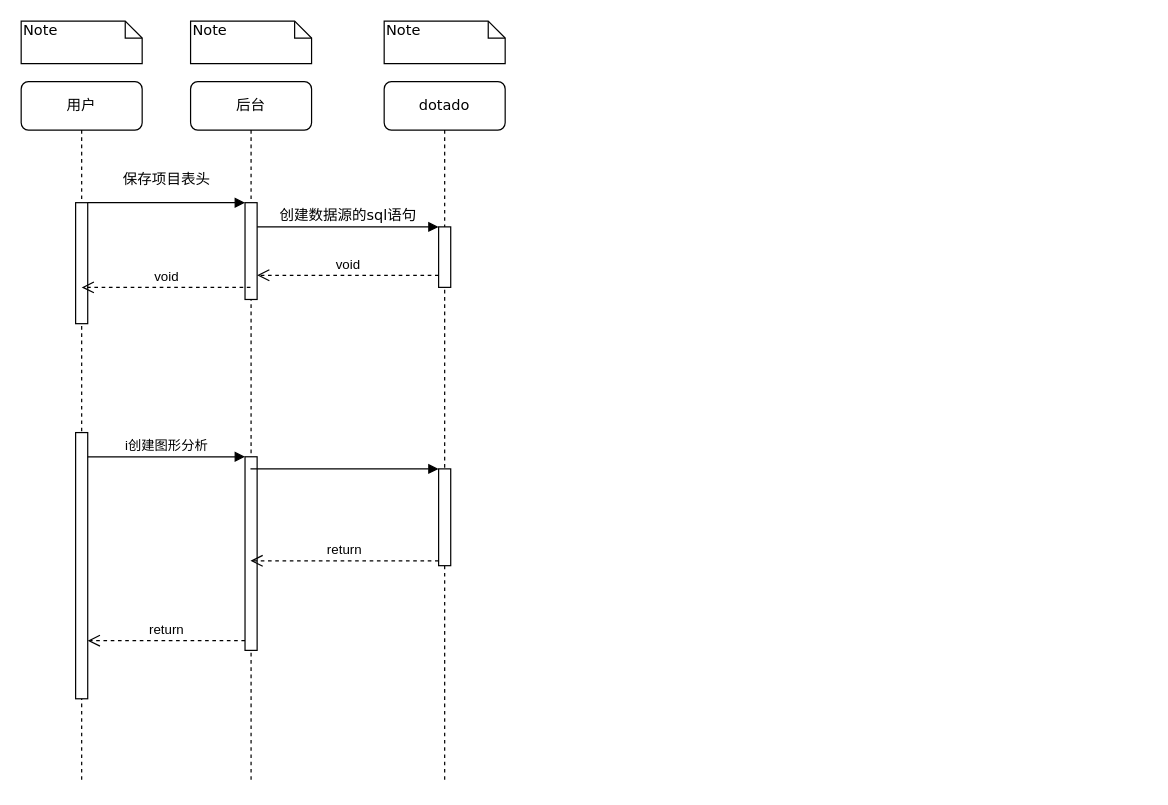
This is 监测分析流程.drawio from Leicw/draw.io_file, a draw.io file, before an edit. Source tidied: cells renumbered, new cells numbered last; positions are measured from the earlier drawing's top-left corner, leaving out a move shared by most shapes. Both pictures are drawn from the tidied source at 121%, with x=0, y=0 at pixel (21, 21).
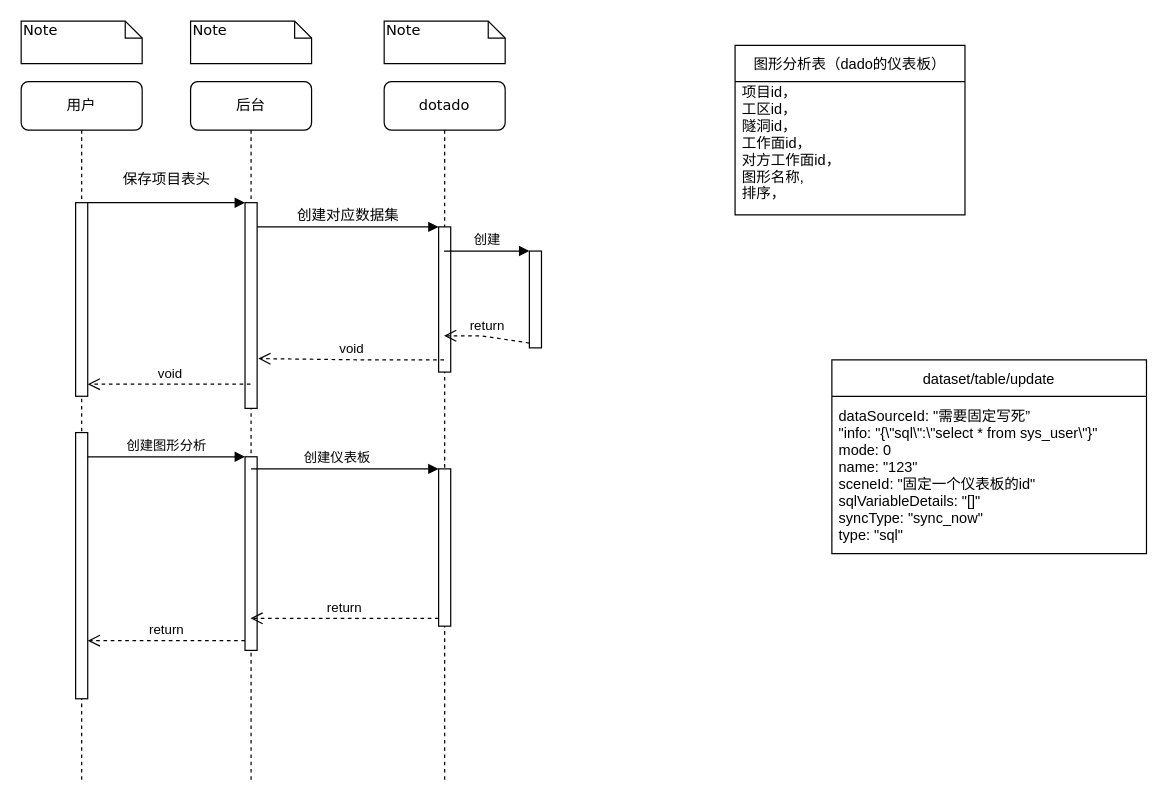
The same page after the edit.

Commit message:
更新监测分析流程.drawio

The change refers to these unchanged cells:
```xml
<mxCell id="2" value="后台" style="shape=umlLifeline;perimeter=lifelinePerimeter;whiteSpace=wrap;html=1;outlineConnect=0;rounded=1;shadow=0;comic=0;labelBackgroundColor=none;strokeWidth=1;fontFamily=Verdana;fontSize=12;align=center;" parent="1" vertex="1">
  <mxGeometry x="140" y="50" width="100" height="580" as="geometry" />
</mxCell>
<mxCell id="4" style="html=1;points=[];perimeter=orthogonalPerimeter;" parent="2" vertex="1">
  <mxGeometry x="45" y="310" width="10" height="160" as="geometry" />
</mxCell>
<mxCell id="5" value="dotado" style="shape=umlLifeline;perimeter=lifelinePerimeter;whiteSpace=wrap;html=1;outlineConnect=0;rounded=1;shadow=0;comic=0;labelBackgroundColor=none;strokeWidth=1;fontFamily=Verdana;fontSize=12;align=center;" parent="1" vertex="1">
  <mxGeometry x="300" y="50" width="100" height="580" as="geometry" />
</mxCell>
<mxCell id="8" value="用户" style="shape=umlLifeline;perimeter=lifelinePerimeter;whiteSpace=wrap;html=1;rounded=1;shadow=0;comic=0;labelBackgroundColor=none;strokeWidth=1;fontFamily=Verdana;fontSize=12;align=center;" parent="1" vertex="1">
  <mxGeometry y="50" width="100" height="580" as="geometry" />
</mxCell>
<mxCell id="11" style="html=1;points=[];perimeter=orthogonalPerimeter;" parent="8" vertex="1">
  <mxGeometry x="45" y="290" width="10" height="220" as="geometry" />
</mxCell>
```

The edit, as a diff of the source:
```diff
@@
     <mxCell id="3" style="html=1;points=[];perimeter=orthogonalPerimeter;rounded=0;shadow=0;comic=0;labelBackgroundColor=none;strokeWidth=1;fontFamily=Verdana;fontSize=12;align=center;" parent="2" vertex="1">
-      <mxGeometry x="45" y="100" width="10" height="80" as="geometry" />
+      <mxGeometry x="45" y="100" width="10" height="170" as="geometry" />
     </mxCell>
@@
     <mxCell id="6" style="html=1;points=[];perimeter=orthogonalPerimeter;rounded=0;shadow=0;comic=0;labelBackgroundColor=none;strokeWidth=1;fontFamily=Verdana;fontSize=12;align=center;" parent="5" vertex="1">
-      <mxGeometry x="45" y="120" width="10" height="50" as="geometry" />
+      <mxGeometry x="45" y="120" width="10" height="120" as="geometry" />
     </mxCell>
     <mxCell id="7" style="html=1;points=[];perimeter=orthogonalPerimeter;" parent="5" vertex="1">
-      <mxGeometry x="45" y="320" width="10" height="80" as="geometry" />
+      <mxGeometry x="45" y="320" width="10" height="130" as="geometry" />
     </mxCell>
@@
     <mxCell id="9" style="html=1;points=[];perimeter=orthogonalPerimeter;rounded=0;shadow=0;comic=0;labelBackgroundColor=none;strokeWidth=1;fontFamily=Verdana;fontSize=12;align=center;" parent="8" vertex="1">
-      <mxGeometry x="45" y="100" width="10" height="100" as="geometry" />
+      <mxGeometry x="45" y="100" width="10" height="160" as="geometry" />
     </mxCell>
-    <mxCell id="10" value="void" style="html=1;verticalAlign=bottom;endArrow=open;dashed=1;endSize=8;rounded=0;" parent="8" edge="1" source="2">
-      <mxGeometry relative="1" as="geometry">
-        <mxPoint x="50" y="170" as="targetPoint" />
-      </mxGeometry>
-    </mxCell>
@@
-    <mxCell id="13" value="创建数据源的sql语句" style="html=1;verticalAlign=bottom;endArrow=block;entryX=0;entryY=0;labelBackgroundColor=none;fontFamily=Verdana;fontSize=12;edgeStyle=elbowEdgeStyle;elbow=vertical;" parent="1" edge="1" source="3" target="6">
+    <mxCell id="13" value="创建对应数据集" style="html=1;verticalAlign=bottom;endArrow=block;entryX=0;entryY=0;labelBackgroundColor=none;fontFamily=Verdana;fontSize=12;edgeStyle=elbowEdgeStyle;elbow=vertical;" parent="1" edge="1" source="3" target="6">
       <mxGeometry relative="1" as="geometry" />
     </mxCell>
@@
-    <mxCell id="17" value="void" style="html=1;verticalAlign=bottom;endArrow=open;dashed=1;endSize=8;rounded=0;" parent="1" edge="1" source="6" target="3">
+    <mxCell id="17" value="void" style="html=1;verticalAlign=bottom;endArrow=open;dashed=1;endSize=8;rounded=0;entryX=1.1;entryY=0.758;entryDx=0;entryDy=0;entryPerimeter=0;" parent="1" edge="1" source="5" target="3">
       <mxGeometry relative="1" as="geometry">
         <Array as="points">
-          <mxPoint x="290" y="210" />
+          <mxPoint x="290" y="280" />
         </Array>
       </mxGeometry>
     </mxCell>
-    <mxCell id="18" value="i创建图形分析" style="html=1;verticalAlign=bottom;endArrow=block;entryX=0;entryY=0;rounded=0;" parent="1" edge="1" source="11" target="4">
+    <mxCell id="18" value="创建图形分析" style="html=1;verticalAlign=bottom;endArrow=block;entryX=0;entryY=0;rounded=0;" parent="1" edge="1" source="11" target="4">
       <mxGeometry relative="1" as="geometry" />
     </mxCell>
@@
-    <mxCell id="20" style="html=1;verticalAlign=bottom;endArrow=block;entryX=0;entryY=0;rounded=0;" parent="1" edge="1" source="2" target="7">
-      <mxGeometry relative="1" as="geometry" />
+    <mxCell id="20" style="html=1;verticalAlign=bottom;endArrow=block;entryX=0;entryY=0;rounded=0;" parent="1" edge="1" target="7">
+      <mxGeometry relative="1" as="geometry">
+        <mxPoint x="190" y="370" as="sourcePoint" />
+        <Array as="points">
+          <mxPoint x="270" y="370" />
+        </Array>
+      </mxGeometry>
     </mxCell>
+    <mxCell id="22" value="创建仪表板" style="edgeLabel;html=1;align=center;verticalAlign=middle;" parent="20" vertex="1">
+      <mxGeometry x="-0.34" y="-1" relative="1" as="geometry">
+        <mxPoint x="19" y="-11" as="offset" />
+      </mxGeometry>
+    </mxCell>
@@
+    <mxCell id="23" value="图形分析表（dado的仪表板）" style="swimlane;fontStyle=0;horizontal=1;startSize=30;" parent="1" vertex="1">
+      <mxGeometry x="590" y="20" width="190" height="140" as="geometry" />
+    </mxCell>
+    <mxCell id="24" value="项目id，&#10;工区id，&#10;隧洞id，&#10;工作面id，&#10;对方工作面id，&#10;图形名称,&#10;排序，&#10;" style="text;strokeColor=none;fillColor=none;align=left;verticalAlign=middle;spacingLeft=4;spacingRight=4;overflow=hidden;" parent="23" vertex="1">
+      <mxGeometry y="30" width="190" height="110" as="geometry" />
+    </mxCell>
+    <mxCell id="25" style="html=1;points=[];perimeter=orthogonalPerimeter;" parent="1" vertex="1">
+      <mxGeometry x="420" y="190" width="10" height="80" as="geometry" />
+    </mxCell>
+    <mxCell id="26" value="创建" style="html=1;verticalAlign=bottom;endArrow=block;entryX=0;entryY=0;rounded=0;" parent="1" edge="1" source="5" target="25">
+      <mxGeometry relative="1" as="geometry" />
+    </mxCell>
+    <mxCell id="27" value="return" style="html=1;verticalAlign=bottom;endArrow=open;dashed=1;endSize=8;exitX=0;exitY=0.95;rounded=0;" parent="1" edge="1" source="25" target="5">
+      <mxGeometry relative="1" as="geometry">
+        <Array as="points">
+          <mxPoint x="380" y="260" />
+        </Array>
+      </mxGeometry>
+    </mxCell>
+    <mxCell id="10" value="void" style="html=1;verticalAlign=bottom;endArrow=open;dashed=1;endSize=8;rounded=0;" parent="1" edge="1" source="2" target="9">
+      <mxGeometry relative="1" as="geometry">
+        <Array as="points">
+          <mxPoint x="110" y="300" />
+        </Array>
+      </mxGeometry>
+    </mxCell>
+    <mxCell id="28" value="dataset/table/update" style="swimlane;fontStyle=0;horizontal=1;startSize=30;" parent="1" vertex="1">
+      <mxGeometry x="670" y="280" width="260" height="160" as="geometry" />
+    </mxCell>
+    <mxCell id="29" value="dataSourceId: &quot;需要固定写死”&#10;&quot;info: &quot;{\&quot;sql\&quot;:\&quot;select * from sys_user\&quot;}&quot;&#10;mode: 0&#10;name: &quot;123&quot;&#10;sceneId: &quot;固定一个仪表板的id&quot;&#10;sqlVariableDetails: &quot;[]&quot;&#10;syncType: &quot;sync_now&quot;&#10;type: &quot;sql&quot;" style="text;strokeColor=none;fillColor=none;align=left;verticalAlign=middle;spacingLeft=4;spacingRight=4;overflow=hidden;" parent="28" vertex="1">
+      <mxGeometry y="30" width="260" height="130" as="geometry" />
+    </mxCell>
```
